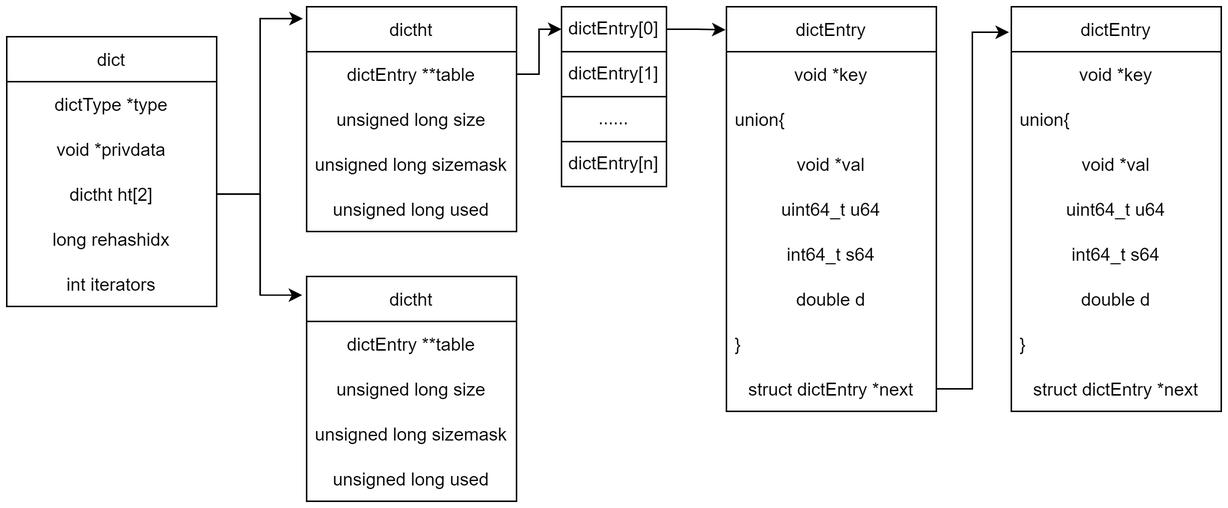
Earlier version of the draw.io export pic/Redis dict结构.drawio.png (guxdong/imgrepo). Source tidied: cells renumbered, new cells last; positions are measured from the earlier drawing's top-left corner, leaving out a move shared by most shapes.
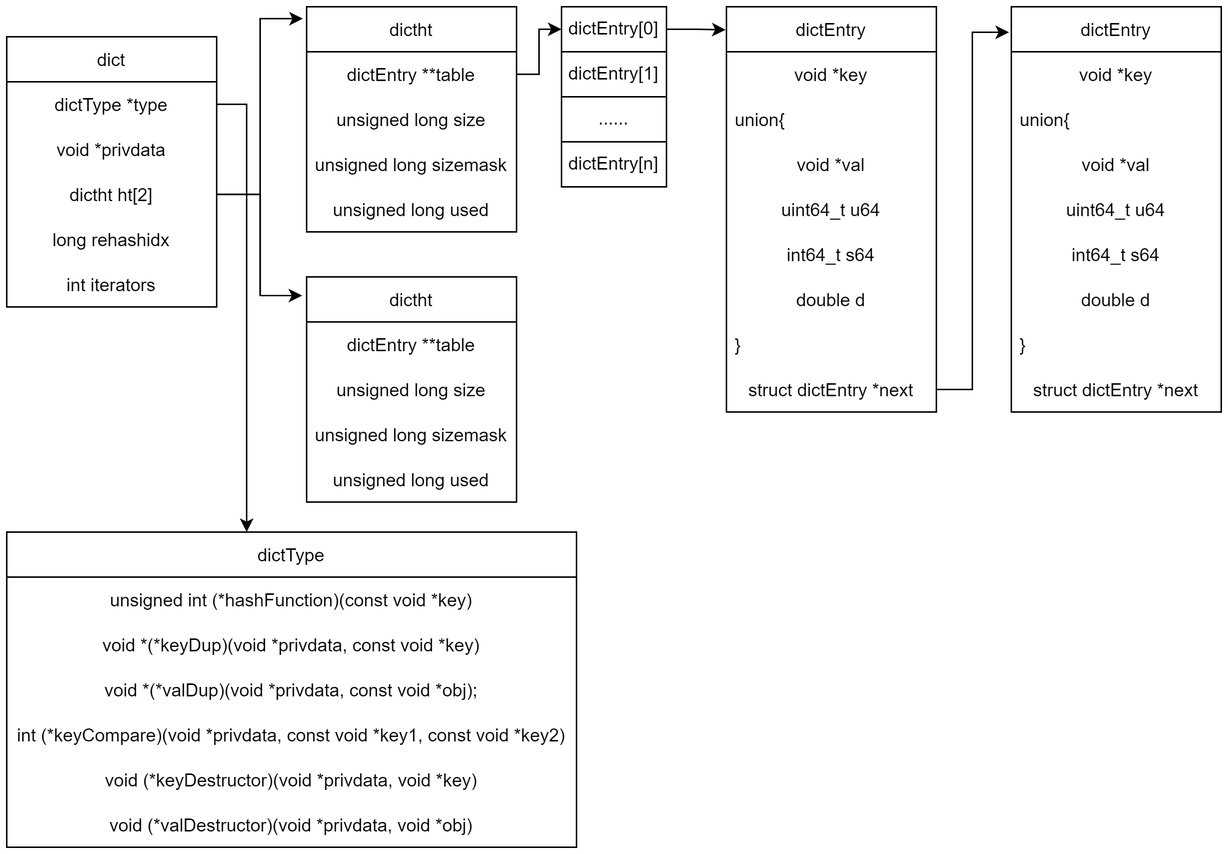
Later version of the same file.

Commit message:
已添加 Redis dict结构.drawio.png

Change to the diagram source:
```diff
@@ -131,5 +131,33 @@
     <mxCell id="44" style="edgeStyle=elbowEdgeStyle;elbow=horizontal;endArrow=classic;html=1;rounded=0;fontSize=12;entryX=-0.011;entryY=0.063;entryDx=0;entryDy=0;entryPerimeter=0;exitX=1;exitY=0.5;exitDx=0;exitDy=0;" parent="1" edge="1" source="15" target="35">
       <mxGeometry relative="1" as="geometry" />
     </mxCell>
+    <mxCell id="45" value="dictType" style="swimlane;fontStyle=0;horizontal=1;startSize=30;labelBackgroundColor=none;fontSize=12;" parent="1" vertex="1">
+      <mxGeometry y="350" width="380" height="210" as="geometry" />
+    </mxCell>
+    <mxCell id="46" value="unsigned int (*hashFunction)(const void *key)" style="text;strokeColor=none;fillColor=none;align=center;verticalAlign=middle;spacingLeft=4;spacingRight=4;overflow=hidden;labelBackgroundColor=none;fontSize=12;" parent="45" vertex="1">
+      <mxGeometry y="30" width="380" height="30" as="geometry" />
+    </mxCell>
+    <mxCell id="47" value="void *(*keyDup)(void *privdata, const void *key)" style="text;strokeColor=none;fillColor=none;align=center;verticalAlign=middle;spacingLeft=4;spacingRight=4;overflow=hidden;labelBackgroundColor=none;fontSize=12;" parent="45" vertex="1">
+      <mxGeometry y="60" width="380" height="30" as="geometry" />
+    </mxCell>
+    <mxCell id="48" value="void *(*valDup)(void *privdata, const void *obj);" style="text;strokeColor=none;fillColor=none;align=center;verticalAlign=middle;spacingLeft=4;spacingRight=4;overflow=hidden;labelBackgroundColor=none;fontSize=12;" parent="45" vertex="1">
+      <mxGeometry y="90" width="380" height="30" as="geometry" />
+    </mxCell>
+    <mxCell id="49" value="int (*keyCompare)(void *privdata, const void *key1, const void *key2)" style="text;strokeColor=none;fillColor=none;align=center;verticalAlign=middle;spacingLeft=4;spacingRight=4;overflow=hidden;labelBackgroundColor=none;fontSize=12;" parent="45" vertex="1">
+      <mxGeometry y="120" width="380" height="30" as="geometry" />
+    </mxCell>
+    <mxCell id="50" value="void (*keyDestructor)(void *privdata, void *key)" style="text;strokeColor=none;fillColor=none;align=center;verticalAlign=middle;spacingLeft=4;spacingRight=4;overflow=hidden;labelBackgroundColor=none;fontSize=12;" parent="45" vertex="1">
+      <mxGeometry y="150" width="380" height="30" as="geometry" />
+    </mxCell>
+    <mxCell id="51" value="void (*valDestructor)(void *privdata, void *obj)" style="text;strokeColor=none;fillColor=none;align=center;verticalAlign=middle;spacingLeft=4;spacingRight=4;overflow=hidden;labelBackgroundColor=none;fontSize=12;" parent="45" vertex="1">
+      <mxGeometry y="180" width="380" height="30" as="geometry" />
+    </mxCell>
+    <mxCell id="52" style="edgeStyle=elbowEdgeStyle;elbow=vertical;endArrow=classic;html=1;rounded=0;fontSize=12;exitX=1;exitY=0.5;exitDx=0;exitDy=0;" parent="1" edge="1" source="17" target="45">
+      <mxGeometry relative="1" as="geometry">
+        <Array as="points">
+          <mxPoint x="160" y="65" />
+        </Array>
+      </mxGeometry>
+    </mxCell>
   </root>
 </mxGraphModel>
```
